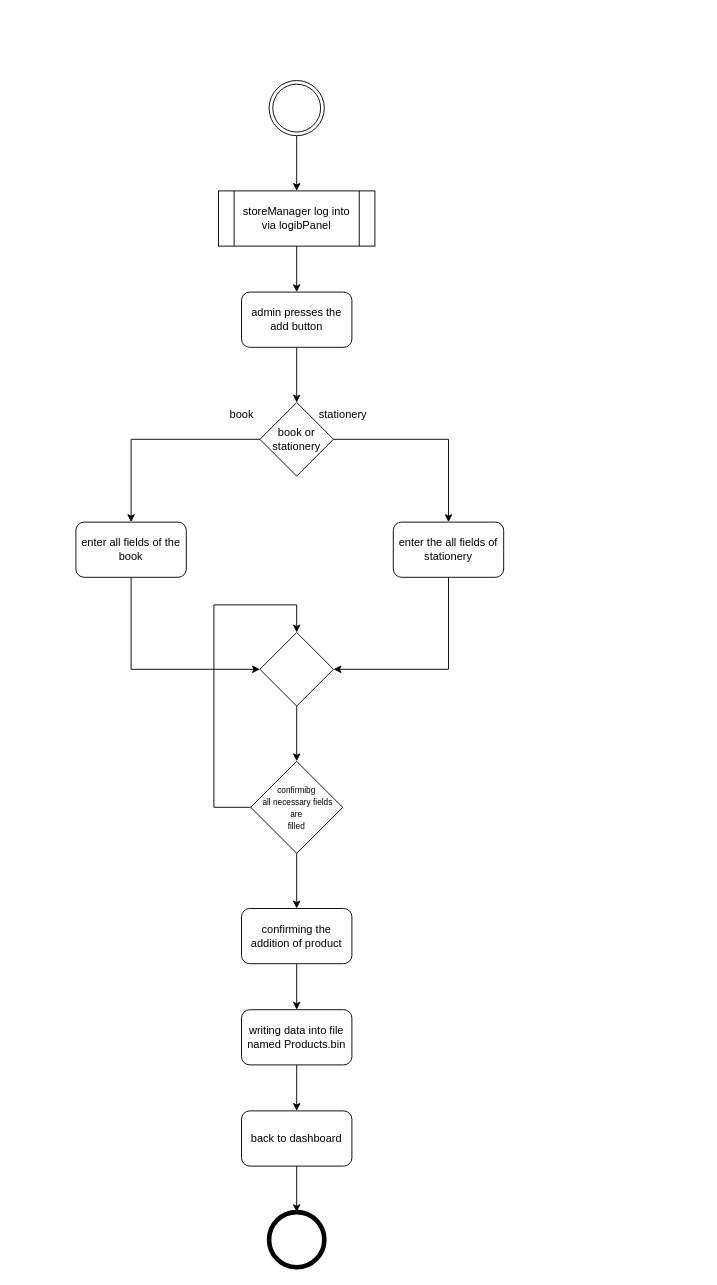
Earlier version of the draw.io diagram page "addBook" (4 of 5) of UML.drawio (R0HAIL-ASHRAF/Book_Store). Source tidied: cells renumbered, new cells numbered last; positions are measured from the earlier drawing's top-left corner, leaving out a move shared by most shapes. Both pictures are drawn from the tidied source at 92%, with x=0, y=0 at pixel (75, 80).
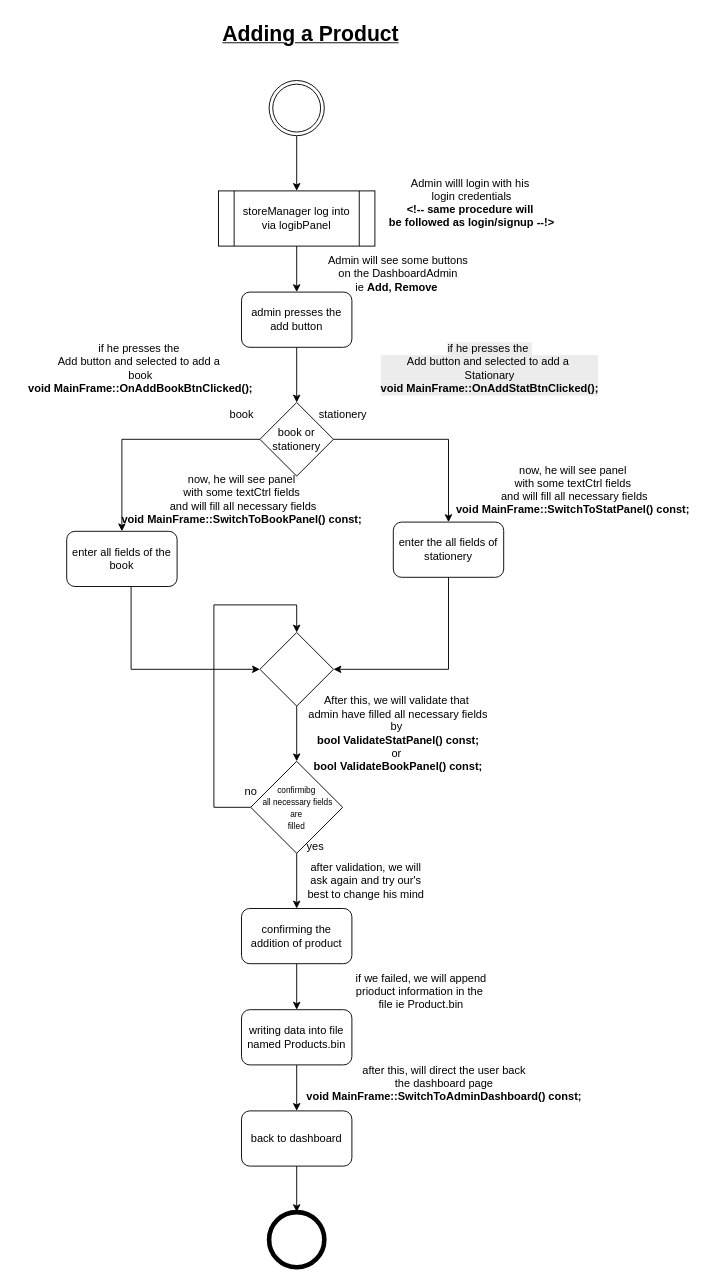
The same page after the edit.

Diff of the diagram source:
```diff
@@
     <mxCell id="12" value="enter all fields of the book" style="rounded=1;whiteSpace=wrap;html=1;" parent="1" vertex="1">
-      <mxGeometry y="480" width="120" height="60" as="geometry" />
+      <mxGeometry x="-10" y="490" width="120" height="60" as="geometry" />
     </mxCell>
@@
+    <mxCell id="29" value="&lt;b&gt;&lt;u&gt;&lt;font style=&quot;font-size: 23px;&quot;&gt;Adding a Product&lt;/font&gt;&lt;/u&gt;&lt;/b&gt;" style="text;html=1;align=center;verticalAlign=middle;strokeColor=none;fillColor=none;" parent="1" vertex="1">
+      <mxGeometry x="145" y="-70" width="220" height="40" as="geometry" />
+    </mxCell>
+    <mxCell id="30" value="Admin willl login with his&amp;nbsp;&lt;div&gt;login credentials&lt;/div&gt;&lt;div&gt;&lt;b&gt;&amp;lt;!-- same procedure will&amp;nbsp;&lt;/b&gt;&lt;/div&gt;&lt;div&gt;&lt;b&gt;be followed as login/signup --!&amp;gt;&lt;/b&gt;&lt;/div&gt;" style="text;html=1;align=center;verticalAlign=middle;strokeColor=none;fillColor=none;" parent="1" vertex="1">
+      <mxGeometry x="330" y="98" width="200" height="70" as="geometry" />
+    </mxCell>
+    <mxCell id="31" value="Admin will see some buttons&lt;div&gt;on the DashboardAdmin&lt;/div&gt;&lt;div&gt;ie &lt;b&gt;Add, Remove&amp;nbsp;&lt;/b&gt;&lt;/div&gt;" style="text;html=1;align=center;verticalAlign=middle;strokeColor=none;fillColor=none;" parent="1" vertex="1">
+      <mxGeometry x="260" y="180" width="180" height="60" as="geometry" />
+    </mxCell>
+    <mxCell id="32" value="if he presses the&amp;nbsp;&lt;div&gt;Add button and selected to add a&amp;nbsp;&lt;/div&gt;&lt;div&gt;book&lt;/div&gt;&lt;div&gt;&lt;b&gt;void MainFrame::OnAddBookBtnClicked();&lt;/b&gt;&lt;/div&gt;" style="text;html=1;align=center;verticalAlign=middle;strokeColor=none;fillColor=none;" parent="1" vertex="1">
+      <mxGeometry x="-65" y="278" width="270" height="70" as="geometry" />
+    </mxCell>
+    <mxCell id="33" value="&lt;span style=&quot;color: rgb(0, 0, 0); font-family: Helvetica; font-size: 12px; font-style: normal; font-variant-ligatures: normal; font-variant-caps: normal; font-weight: 400; letter-spacing: normal; orphans: 2; text-indent: 0px; text-transform: none; widows: 2; word-spacing: 0px; -webkit-text-stroke-width: 0px; white-space: nowrap; background-color: rgb(236, 236, 236); text-decoration-thickness: initial; text-decoration-style: initial; text-decoration-color: initial; float: none; display: inline !important;&quot;&gt;if he presses the&amp;nbsp;&lt;/span&gt;&lt;div style=&quot;forced-color-adjust: none; color: rgb(0, 0, 0); font-family: Helvetica; font-size: 12px; font-style: normal; font-variant-ligatures: normal; font-variant-caps: normal; font-weight: 400; letter-spacing: normal; orphans: 2; text-indent: 0px; text-transform: none; widows: 2; word-spacing: 0px; -webkit-text-stroke-width: 0px; white-space: nowrap; background-color: rgb(236, 236, 236); text-decoration-thickness: initial; text-decoration-style: initial; text-decoration-color: initial;&quot;&gt;Add button and selected to add a&amp;nbsp;&lt;/div&gt;&lt;div style=&quot;forced-color-adjust: none; color: rgb(0, 0, 0); font-family: Helvetica; font-size: 12px; font-style: normal; font-variant-ligatures: normal; font-variant-caps: normal; font-weight: 400; letter-spacing: normal; orphans: 2; text-indent: 0px; text-transform: none; widows: 2; word-spacing: 0px; -webkit-text-stroke-width: 0px; white-space: nowrap; background-color: rgb(236, 236, 236); text-decoration-thickness: initial; text-decoration-style: initial; text-decoration-color: initial;&quot;&gt;Stationary&lt;/div&gt;&lt;div style=&quot;forced-color-adjust: none; color: rgb(0, 0, 0); font-family: Helvetica; font-size: 12px; font-style: normal; font-variant-ligatures: normal; font-variant-caps: normal; font-weight: 400; letter-spacing: normal; orphans: 2; text-indent: 0px; text-transform: none; widows: 2; word-spacing: 0px; -webkit-text-stroke-width: 0px; white-space: nowrap; background-color: rgb(236, 236, 236); text-decoration-thickness: initial; text-decoration-style: initial; text-decoration-color: initial;&quot;&gt;&lt;b style=&quot;forced-color-adjust: none;&quot;&gt;void MainFrame::OnAddStatBtnClicked();&lt;/b&gt;&lt;/div&gt;" style="text;whiteSpace=wrap;html=1;align=center;" parent="1" vertex="1">
+      <mxGeometry x="310" y="278" width="280" height="80" as="geometry" />
+    </mxCell>
+    <mxCell id="34" value="now, he will see panel&lt;div&gt;with some textCtrl fields&lt;/div&gt;&lt;div&gt;&amp;nbsp;and will fill all necessary fields&lt;/div&gt;&lt;div&gt;&lt;b&gt;void MainFrame::SwitchToBookPanel() const;&lt;/b&gt;&lt;/div&gt;" style="text;html=1;align=center;verticalAlign=middle;strokeColor=none;fillColor=none;" parent="1" vertex="1">
+      <mxGeometry x="40" y="420" width="280" height="70" as="geometry" />
+    </mxCell>
+    <mxCell id="35" value="now, he will see panel&lt;div&gt;with some textCtrl fields&lt;/div&gt;&lt;div&gt;&amp;nbsp;and will fill all necessary fields&lt;/div&gt;&lt;div&gt;&lt;b&gt;void MainFrame::SwitchToStatPanel() const;&lt;/b&gt;&lt;/div&gt;" style="text;html=1;align=center;verticalAlign=middle;strokeColor=none;fillColor=none;" parent="1" vertex="1">
+      <mxGeometry x="400" y="410" width="280" height="70" as="geometry" />
+    </mxCell>
+    <mxCell id="36" value="After this, we will validate that&amp;nbsp;&lt;div&gt;admin have filled all necessary fields&lt;/div&gt;&lt;div&gt;by&amp;nbsp;&lt;/div&gt;&lt;div&gt;&lt;b&gt;bool ValidateStatPanel() const;&lt;/b&gt;&lt;/div&gt;&lt;div&gt;or&amp;nbsp;&lt;/div&gt;&lt;div&gt;&lt;b&gt;bool ValidateBookPanel() const;&lt;/b&gt;&lt;/div&gt;" style="text;html=1;align=center;verticalAlign=middle;strokeColor=none;fillColor=none;" parent="1" vertex="1">
+      <mxGeometry x="240" y="660" width="220" height="100" as="geometry" />
+    </mxCell>
+    <mxCell id="37" value="no" style="text;html=1;align=center;verticalAlign=middle;strokeColor=none;fillColor=none;" parent="1" vertex="1">
+      <mxGeometry x="170" y="758" width="40" height="30" as="geometry" />
+    </mxCell>
+    <mxCell id="38" value="yes" style="text;html=1;align=center;verticalAlign=middle;strokeColor=none;fillColor=none;" parent="1" vertex="1">
+      <mxGeometry x="240" y="818" width="40" height="30" as="geometry" />
+    </mxCell>
+    <mxCell id="39" value="after validation, we will&lt;div&gt;ask again and try our's&lt;/div&gt;&lt;div&gt;best to change his mind&lt;/div&gt;" style="text;html=1;align=center;verticalAlign=middle;strokeColor=none;fillColor=none;" parent="1" vertex="1">
+      <mxGeometry x="240" y="840" width="150" height="60" as="geometry" />
+    </mxCell>
+    <mxCell id="40" value="if we failed, we will append&lt;div&gt;prioduct information in the&amp;nbsp;&lt;/div&gt;&lt;div&gt;file ie Product.bin&lt;/div&gt;" style="text;html=1;align=center;verticalAlign=middle;strokeColor=none;fillColor=none;" parent="1" vertex="1">
+      <mxGeometry x="290" y="960" width="170" height="60" as="geometry" />
+    </mxCell>
+    <mxCell id="41" value="after this, will direct the user back&lt;div&gt;the dashboard page&lt;/div&gt;&lt;div&gt;&lt;b&gt;void MainFrame::SwitchToAdminDashboard() const;&lt;/b&gt;&lt;/div&gt;" style="text;html=1;align=center;verticalAlign=middle;strokeColor=none;fillColor=none;" parent="1" vertex="1">
+      <mxGeometry x="240" y="1060" width="320" height="60" as="geometry" />
+    </mxCell>
```
